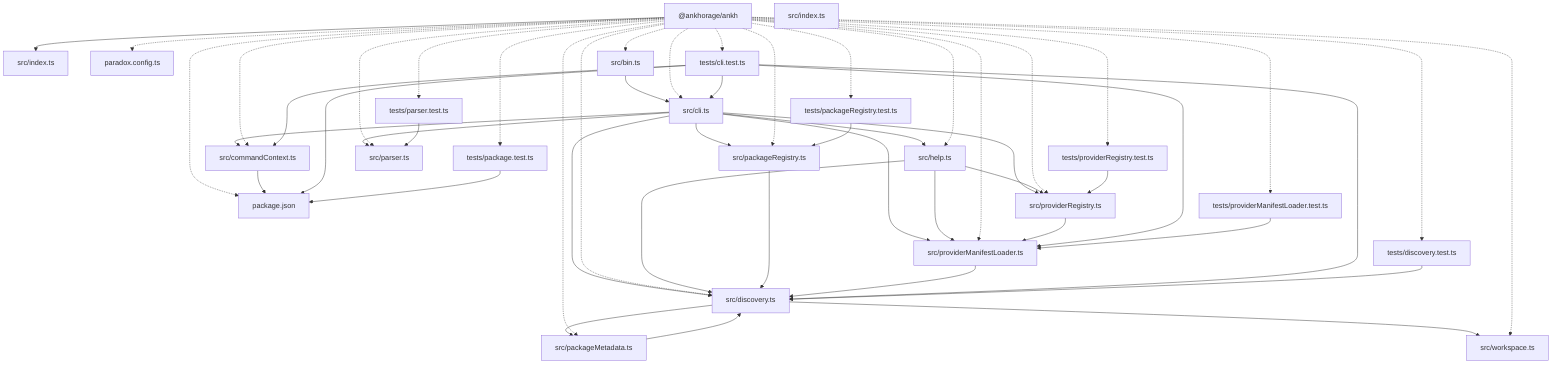
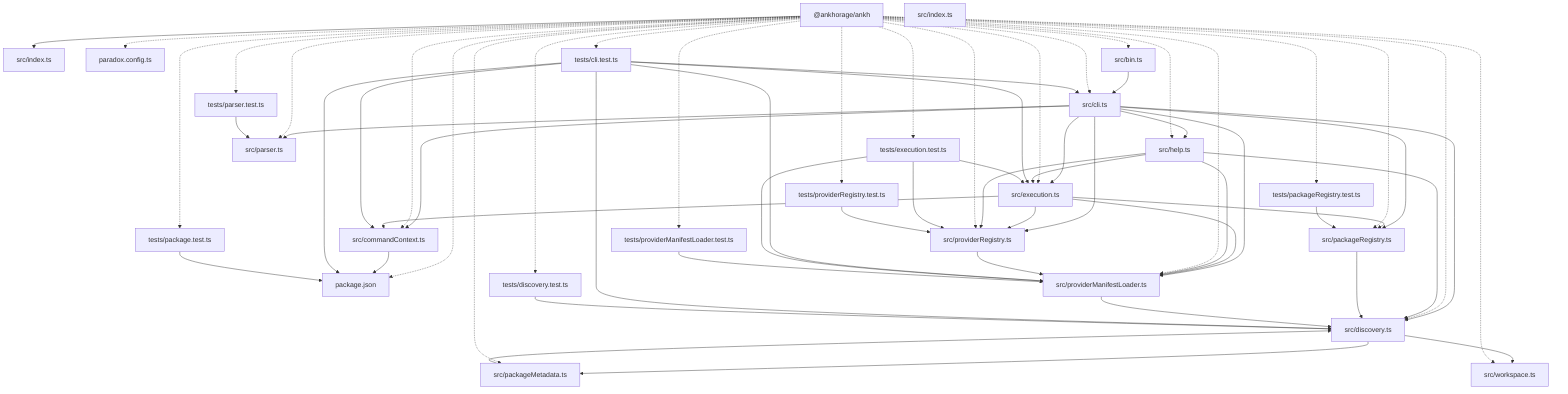
graph TD
  package__ankhorage_ankh["@ankhorage/ankh"]
  entrypoint_src_index_ts["src/index.ts"]
  package__ankhorage_ankh --> entrypoint_src_index_ts
  module_package_json["package.json"]
  package__ankhorage_ankh -.-> module_package_json
  module_paradox_config_ts["paradox.config.ts"]
  package__ankhorage_ankh -.-> module_paradox_config_ts
  module_src_bin_ts["src/bin.ts"]
  package__ankhorage_ankh -.-> module_src_bin_ts
  module_src_bin_ts --> module_src_cli_ts
  module_src_cli_ts["src/cli.ts"]
  package__ankhorage_ankh -.-> module_src_cli_ts
  module_src_cli_ts --> module_src_commandContext_ts
  module_src_cli_ts --> module_src_discovery_ts
+   module_src_cli_ts --> module_src_execution_ts
  module_src_cli_ts --> module_src_help_ts
  module_src_cli_ts --> module_src_packageRegistry_ts
  module_src_cli_ts --> module_src_parser_ts
  module_src_cli_ts --> module_src_providerManifestLoader_ts
  module_src_cli_ts --> module_src_providerRegistry_ts
  module_src_commandContext_ts["src/commandContext.ts"]
  package__ankhorage_ankh -.-> module_src_commandContext_ts
  module_src_commandContext_ts --> module_package_json
  module_src_discovery_ts["src/discovery.ts"]
  package__ankhorage_ankh -.-> module_src_discovery_ts
  module_src_discovery_ts --> module_src_packageMetadata_ts
  module_src_discovery_ts --> module_src_workspace_ts
+   module_src_execution_ts["src/execution.ts"]
+   package__ankhorage_ankh -.-> module_src_execution_ts
+   module_src_execution_ts --> module_src_commandContext_ts
+   module_src_execution_ts --> module_src_packageRegistry_ts
+   module_src_execution_ts --> module_src_providerManifestLoader_ts
+   module_src_execution_ts --> module_src_providerRegistry_ts
  module_src_help_ts["src/help.ts"]
  package__ankhorage_ankh -.-> module_src_help_ts
  module_src_help_ts --> module_src_discovery_ts
+   module_src_help_ts --> module_src_execution_ts
  module_src_help_ts --> module_src_providerManifestLoader_ts
  module_src_help_ts --> module_src_providerRegistry_ts
  module_src_index_ts["src/index.ts"]
  module_src_packageMetadata_ts["src/packageMetadata.ts"]
  package__ankhorage_ankh -.-> module_src_packageMetadata_ts
  module_src_packageMetadata_ts --> module_src_discovery_ts
  module_src_packageRegistry_ts["src/packageRegistry.ts"]
  package__ankhorage_ankh -.-> module_src_packageRegistry_ts
  module_src_packageRegistry_ts --> module_src_discovery_ts
  module_src_parser_ts["src/parser.ts"]
  package__ankhorage_ankh -.-> module_src_parser_ts
  module_src_providerManifestLoader_ts["src/providerManifestLoader.ts"]
  package__ankhorage_ankh -.-> module_src_providerManifestLoader_ts
  module_src_providerManifestLoader_ts --> module_src_discovery_ts
  module_src_providerRegistry_ts["src/providerRegistry.ts"]
  package__ankhorage_ankh -.-> module_src_providerRegistry_ts
  module_src_providerRegistry_ts --> module_src_providerManifestLoader_ts
  module_src_workspace_ts["src/workspace.ts"]
  package__ankhorage_ankh -.-> module_src_workspace_ts
  module_tests_cli_test_ts["tests/cli.test.ts"]
  package__ankhorage_ankh -.-> module_tests_cli_test_ts
  module_tests_cli_test_ts --> module_package_json
  module_tests_cli_test_ts --> module_src_cli_ts
  module_tests_cli_test_ts --> module_src_commandContext_ts
  module_tests_cli_test_ts --> module_src_discovery_ts
+   module_tests_cli_test_ts --> module_src_execution_ts
  module_tests_cli_test_ts --> module_src_providerManifestLoader_ts
  module_tests_discovery_test_ts["tests/discovery.test.ts"]
  package__ankhorage_ankh -.-> module_tests_discovery_test_ts
  module_tests_discovery_test_ts --> module_src_discovery_ts
+   module_tests_execution_test_ts["tests/execution.test.ts"]
+   package__ankhorage_ankh -.-> module_tests_execution_test_ts
+   module_tests_execution_test_ts --> module_src_execution_ts
+   module_tests_execution_test_ts --> module_src_providerManifestLoader_ts
+   module_tests_execution_test_ts --> module_src_providerRegistry_ts
  module_tests_package_test_ts["tests/package.test.ts"]
  package__ankhorage_ankh -.-> module_tests_package_test_ts
  module_tests_package_test_ts --> module_package_json
  module_tests_packageRegistry_test_ts["tests/packageRegistry.test.ts"]
  package__ankhorage_ankh -.-> module_tests_packageRegistry_test_ts
  module_tests_packageRegistry_test_ts --> module_src_packageRegistry_ts
  module_tests_parser_test_ts["tests/parser.test.ts"]
  package__ankhorage_ankh -.-> module_tests_parser_test_ts
  module_tests_parser_test_ts --> module_src_parser_ts
  module_tests_providerManifestLoader_test_ts["tests/providerManifestLoader.test.ts"]
  package__ankhorage_ankh -.-> module_tests_providerManifestLoader_test_ts
  module_tests_providerManifestLoader_test_ts --> module_src_providerManifestLoader_ts
  module_tests_providerRegistry_test_ts["tests/providerRegistry.test.ts"]
  package__ankhorage_ankh -.-> module_tests_providerRegistry_test_ts
  module_tests_providerRegistry_test_ts --> module_src_providerRegistry_ts
